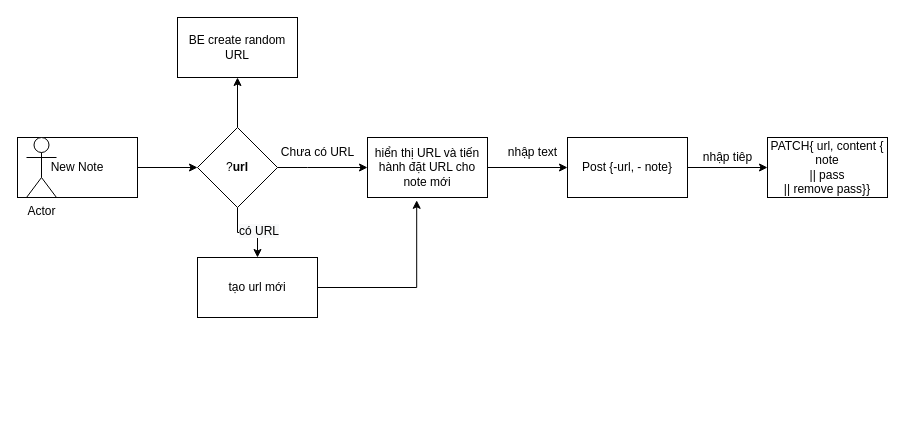
Earlier version of the draw.io diagram diagram.drawio (nstanw/dotnetEF-turial). Source tidied: cells renumbered, new cells numbered last; positions are measured from the earlier drawing's top-left corner, leaving out a move shared by most shapes. Both pictures are drawn from the tidied source at 100%, with x=0, y=0 at pixel (17, 17).
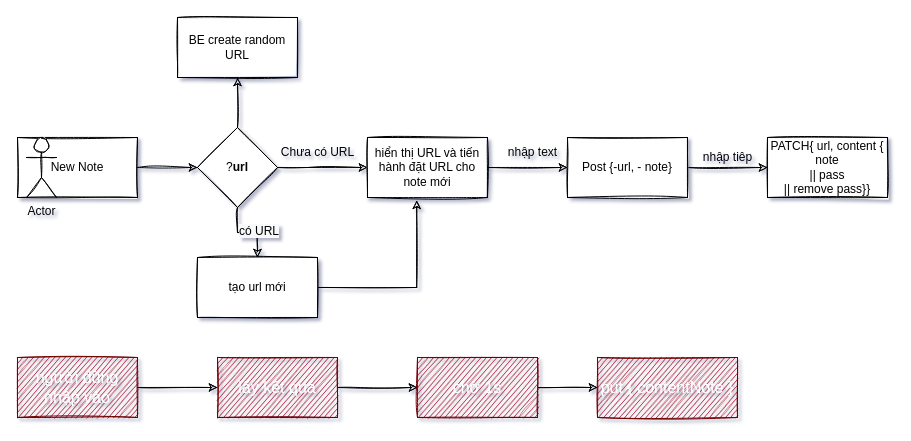
Above is the later version.

What changed in the source:
```diff
@@
-<mxGraphModel>
+<mxGraphModel shadow="1">
@@
-    <mxCell id="2" style="edgeStyle=orthogonalEdgeStyle;rounded=0;jettySize=auto;html=1;" parent="1" edge="1" source="3" target="7">
+    <mxCell id="2" style="edgeStyle=orthogonalEdgeStyle;rounded=0;jettySize=auto;html=1;sketch=1;" parent="1" edge="1" source="3" target="7">
       <mxGeometry relative="1" as="geometry" />
     </mxCell>
-    <mxCell id="3" value="New Note" style="rounded=0;whiteSpace=wrap;html=1;" parent="1" vertex="1">
+    <mxCell id="3" value="New Note" style="rounded=0;whiteSpace=wrap;html=1;sketch=1;" parent="1" vertex="1">
       <mxGeometry y="120" width="120" height="60" as="geometry" />
     </mxCell>
-    <mxCell id="4" style="edgeStyle=orthogonalEdgeStyle;rounded=0;jettySize=auto;html=1;" parent="1" edge="1" source="7" target="9">
+    <mxCell id="4" style="edgeStyle=orthogonalEdgeStyle;rounded=0;jettySize=auto;html=1;sketch=1;" parent="1" edge="1" source="7" target="9">
       <mxGeometry relative="1" as="geometry">
         <Array as="points">
           <mxPoint x="290" y="150" />
           <mxPoint x="290" y="150" />
         </Array>
       </mxGeometry>
     </mxCell>
-    <mxCell id="5" style="edgeStyle=orthogonalEdgeStyle;rounded=0;jettySize=auto;html=1;" parent="1" edge="1" source="7" target="18">
+    <mxCell id="5" style="edgeStyle=orthogonalEdgeStyle;rounded=0;jettySize=auto;html=1;sketch=1;" parent="1" edge="1" source="7" target="18">
       <mxGeometry relative="1" as="geometry" />
     </mxCell>
-    <mxCell id="6" style="edgeStyle=none;html=1;" parent="1" edge="1" source="7" target="20">
+    <mxCell id="6" style="edgeStyle=none;html=1;sketch=1;" parent="1" edge="1" source="7" target="20">
       <mxGeometry relative="1" as="geometry" />
     </mxCell>
-    <mxCell id="7" value="?&lt;b&gt;url&lt;/b&gt;" style="rhombus;whiteSpace=wrap;html=1;rounded=0;" parent="1" vertex="1">
+    <mxCell id="7" value="?&lt;b&gt;url&lt;/b&gt;" style="rhombus;whiteSpace=wrap;html=1;rounded=0;sketch=1;" parent="1" vertex="1">
       <mxGeometry x="180" y="110" width="80" height="80" as="geometry" />
     </mxCell>
-    <mxCell id="8" style="edgeStyle=orthogonalEdgeStyle;rounded=0;jettySize=auto;html=1;" parent="1" edge="1" source="9" target="12">
+    <mxCell id="8" style="edgeStyle=orthogonalEdgeStyle;rounded=0;jettySize=auto;html=1;sketch=1;" parent="1" edge="1" source="9" target="12">
       <mxGeometry relative="1" as="geometry" />
     </mxCell>
-    <mxCell id="9" value="hiển thị URL và tiến hành đặt URL cho note mới" style="whiteSpace=wrap;html=1;rounded=0;" parent="1" vertex="1">
+    <mxCell id="9" value="hiển thị URL và tiến hành đặt URL cho note mới" style="whiteSpace=wrap;html=1;rounded=0;sketch=1;" parent="1" vertex="1">
       <mxGeometry x="350" y="120" width="120" height="60" as="geometry" />
     </mxCell>
-    <mxCell id="10" value="Chưa có URL&lt;br&gt;" style="text;html=1;align=center;verticalAlign=middle;strokeColor=none;fillColor=none;" parent="1" vertex="1">
+    <mxCell id="10" value="Chưa có URL&lt;br&gt;" style="text;html=1;align=center;verticalAlign=middle;strokeColor=none;fillColor=none;sketch=1;" parent="1" vertex="1">
       <mxGeometry x="250" y="120" width="100" height="30" as="geometry" />
     </mxCell>
-    <mxCell id="11" style="edgeStyle=orthogonalEdgeStyle;rounded=0;jettySize=auto;html=1;" parent="1" edge="1" source="12" target="14">
+    <mxCell id="11" style="edgeStyle=orthogonalEdgeStyle;rounded=0;jettySize=auto;html=1;sketch=1;" parent="1" edge="1" source="12" target="14">
       <mxGeometry relative="1" as="geometry" />
     </mxCell>
-    <mxCell id="12" value="Post {-url, - note}" style="whiteSpace=wrap;html=1;rounded=0;" parent="1" vertex="1">
+    <mxCell id="12" value="Post {-url, - note}" style="whiteSpace=wrap;html=1;rounded=0;sketch=1;" parent="1" vertex="1">
       <mxGeometry x="550" y="120" width="120" height="60" as="geometry" />
     </mxCell>
-    <mxCell id="13" value="nhập text&lt;br&gt;" style="text;html=1;align=center;verticalAlign=middle;strokeColor=none;fillColor=none;" parent="1" vertex="1">
+    <mxCell id="13" value="nhập text&lt;br&gt;" style="text;html=1;align=center;verticalAlign=middle;strokeColor=none;fillColor=none;sketch=1;" parent="1" vertex="1">
       <mxGeometry x="480" y="120" width="70" height="30" as="geometry" />
     </mxCell>
-    <mxCell id="14" value="PATCH{ url, content { note &lt;br&gt;|| pass &lt;br&gt;|| remove pass}}" style="whiteSpace=wrap;html=1;rounded=0;" parent="1" vertex="1">
+    <mxCell id="14" value="PATCH{ url, content { note &lt;br&gt;|| pass &lt;br&gt;|| remove pass}}" style="whiteSpace=wrap;html=1;rounded=0;sketch=1;" parent="1" vertex="1">
       <mxGeometry x="750" y="120" width="120" height="60" as="geometry" />
     </mxCell>
-    <mxCell id="15" value="nhập tiêp" style="text;html=1;align=center;verticalAlign=middle;strokeColor=none;fillColor=none;" parent="1" vertex="1">
+    <mxCell id="15" value="nhập tiêp" style="text;html=1;align=center;verticalAlign=middle;strokeColor=none;fillColor=none;sketch=1;" parent="1" vertex="1">
       <mxGeometry x="675" y="125" width="70" height="30" as="geometry" />
     </mxCell>
-    <mxCell id="16" value="Actor" style="shape=umlActor;verticalLabelPosition=bottom;verticalAlign=top;html=1;" parent="1" vertex="1">
+    <mxCell id="16" value="Actor" style="shape=umlActor;verticalLabelPosition=bottom;verticalAlign=top;html=1;sketch=1;" parent="1" vertex="1">
       <mxGeometry x="9" y="120" width="30" height="60" as="geometry" />
     </mxCell>
-    <mxCell id="17" style="edgeStyle=orthogonalEdgeStyle;rounded=0;jettySize=auto;html=1;entryX=0.41;entryY=1.047;entryDx=0;entryDy=0;entryPerimeter=0;" parent="1" edge="1" source="18" target="9">
+    <mxCell id="17" style="edgeStyle=orthogonalEdgeStyle;rounded=0;jettySize=auto;html=1;entryX=0.41;entryY=1.047;entryDx=0;entryDy=0;entryPerimeter=0;sketch=1;" parent="1" edge="1" source="18" target="9">
       <mxGeometry relative="1" as="geometry" />
     </mxCell>
-    <mxCell id="18" value="tạo url mới" style="whiteSpace=wrap;html=1;rounded=0;" parent="1" vertex="1">
+    <mxCell id="18" value="tạo url mới" style="whiteSpace=wrap;html=1;rounded=0;sketch=1;" parent="1" vertex="1">
       <mxGeometry x="180" y="240" width="120" height="60" as="geometry" />
     </mxCell>
-    <mxCell id="19" value="&lt;span style=&quot;color: rgb(0, 0, 0); font-family: Helvetica; font-size: 12px; font-style: normal; font-variant-ligatures: normal; font-variant-caps: normal; font-weight: 400; letter-spacing: normal; orphans: 2; text-align: center; text-indent: 0px; text-transform: none; widows: 2; word-spacing: 0px; -webkit-text-stroke-width: 0px; background-color: rgb(248, 249, 250); text-decoration-thickness: initial; text-decoration-style: initial; text-decoration-color: initial; float: none; display: inline !important;&quot;&gt;có URL&lt;/span&gt;" style="text;whiteSpace=wrap;html=1;" parent="1" vertex="1">
+    <mxCell id="19" value="&lt;span style=&quot;color: rgb(0, 0, 0); font-family: Helvetica; font-size: 12px; font-style: normal; font-variant-ligatures: normal; font-variant-caps: normal; font-weight: 400; letter-spacing: normal; orphans: 2; text-align: center; text-indent: 0px; text-transform: none; widows: 2; word-spacing: 0px; -webkit-text-stroke-width: 0px; background-color: rgb(248, 249, 250); text-decoration-thickness: initial; text-decoration-style: initial; text-decoration-color: initial; float: none; display: inline !important;&quot;&gt;có URL&lt;/span&gt;" style="text;whiteSpace=wrap;html=1;sketch=1;" parent="1" vertex="1">
       <mxGeometry x="220" y="200" width="110" height="40" as="geometry" />
     </mxCell>
-    <mxCell id="20" value="BE create random URL" style="whiteSpace=wrap;html=1;rounded=0;" parent="1" vertex="1">
+    <mxCell id="20" value="BE create random URL" style="whiteSpace=wrap;html=1;rounded=0;sketch=1;" parent="1" vertex="1">
       <mxGeometry x="160" width="120" height="60" as="geometry" />
     </mxCell>
+    <mxCell id="21" value="put { contentNote }" style="rounded=0;whiteSpace=wrap;html=1;sketch=1;fillColor=#a20025;fontColor=#ffffff;strokeColor=#6F0000;fontSize=16;" parent="1" vertex="1">
+      <mxGeometry x="580" y="340" width="140" height="60" as="geometry" />
+    </mxCell>
+    <mxCell id="22" style="edgeStyle=none;sketch=1;html=1;fontSize=16;" parent="1" edge="1" source="23" target="25">
+      <mxGeometry relative="1" as="geometry" />
+    </mxCell>
+    <mxCell id="23" value="người dùng nhập vào" style="whiteSpace=wrap;html=1;fontSize=16;fillColor=#a20025;strokeColor=#6F0000;fontColor=#ffffff;rounded=0;sketch=1;" parent="1" vertex="1">
+      <mxGeometry y="340" width="120" height="60" as="geometry" />
+    </mxCell>
+    <mxCell id="24" style="edgeStyle=none;sketch=1;html=1;fontSize=16;" parent="1" edge="1" source="25" target="27">
+      <mxGeometry relative="1" as="geometry" />
+    </mxCell>
+    <mxCell id="25" value="lấy kết quả" style="whiteSpace=wrap;html=1;fontSize=16;fillColor=#a20025;strokeColor=#6F0000;fontColor=#ffffff;rounded=0;sketch=1;" parent="1" vertex="1">
+      <mxGeometry x="200" y="340" width="120" height="60" as="geometry" />
+    </mxCell>
+    <mxCell id="26" style="edgeStyle=none;sketch=1;html=1;fontSize=16;" parent="1" edge="1" source="27" target="21">
+      <mxGeometry relative="1" as="geometry" />
+    </mxCell>
+    <mxCell id="27" value="chờ 1s" style="whiteSpace=wrap;html=1;fontSize=16;fillColor=#a20025;strokeColor=#6F0000;fontColor=#ffffff;rounded=0;sketch=1;" parent="1" vertex="1">
+      <mxGeometry x="400" y="340" width="120" height="60" as="geometry" />
+    </mxCell>
```
